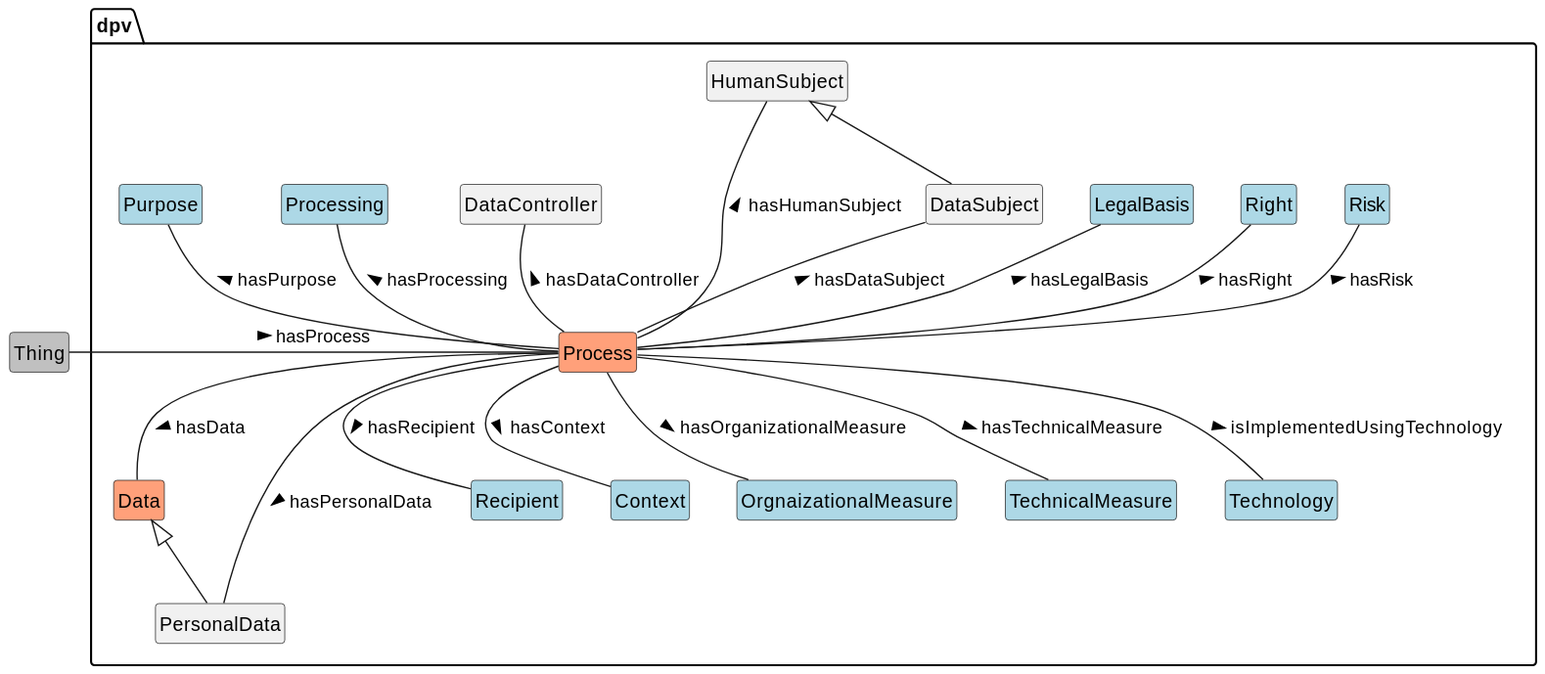
w3c/dpv keeps this PlantUML diagram as 2.2/diagrams/dpv_core.svg. Above is the earlier version. Source of this version:
```plantuml
@startuml
!include style.plantuml

class Thing #silver
Thing -r- dpv.Process : hasProcess >
package dpv {

	class Process #LightSalmon
	class Data #LightSalmon
	class PersonalData
	class Purpose #LightBlue
	class DataController
	class HumanSubject
	class DataSubject
	class Recipient #LightBlue
	class Context #LightBlue
	class Risk #LightBlue
	class OrgnaizationalMeasure #LightBlue
	class TechnicalMeasure #LightBlue
	class Right #LightBlue
	class LegalBasis #LightBlue
	class Processing #LightBlue
	class Technology #LightBlue

	PersonalData -u-|>Data
	DataSubject -u-|> HumanSubject

	Process -u- Purpose: hasPurpose >
	Process -u- Processing: hasProcessing >
	Process -u- DataController: hasDataController >
	Process -u- DataSubject: hasDataSubject >
	Process -u- HumanSubject: hasHumanSubject >
	Process -u- LegalBasis: hasLegalBasis >
	Process -u- Right: hasRight >
	Process -u- Risk: hasRisk >
	Process -- PersonalData : hasPersonalData >
	Process -- Data: hasData >
	Process -- Recipient: hasRecipient >
	Process -- TechnicalMeasure: hasTechnicalMeasure >
	Process -- OrgnaizationalMeasure: hasOrganizationalMeasure >
	Process -- Context: hasContext >
	Process -- Technology: isImplementedUsingTechnology >

	}



	@enduml
```
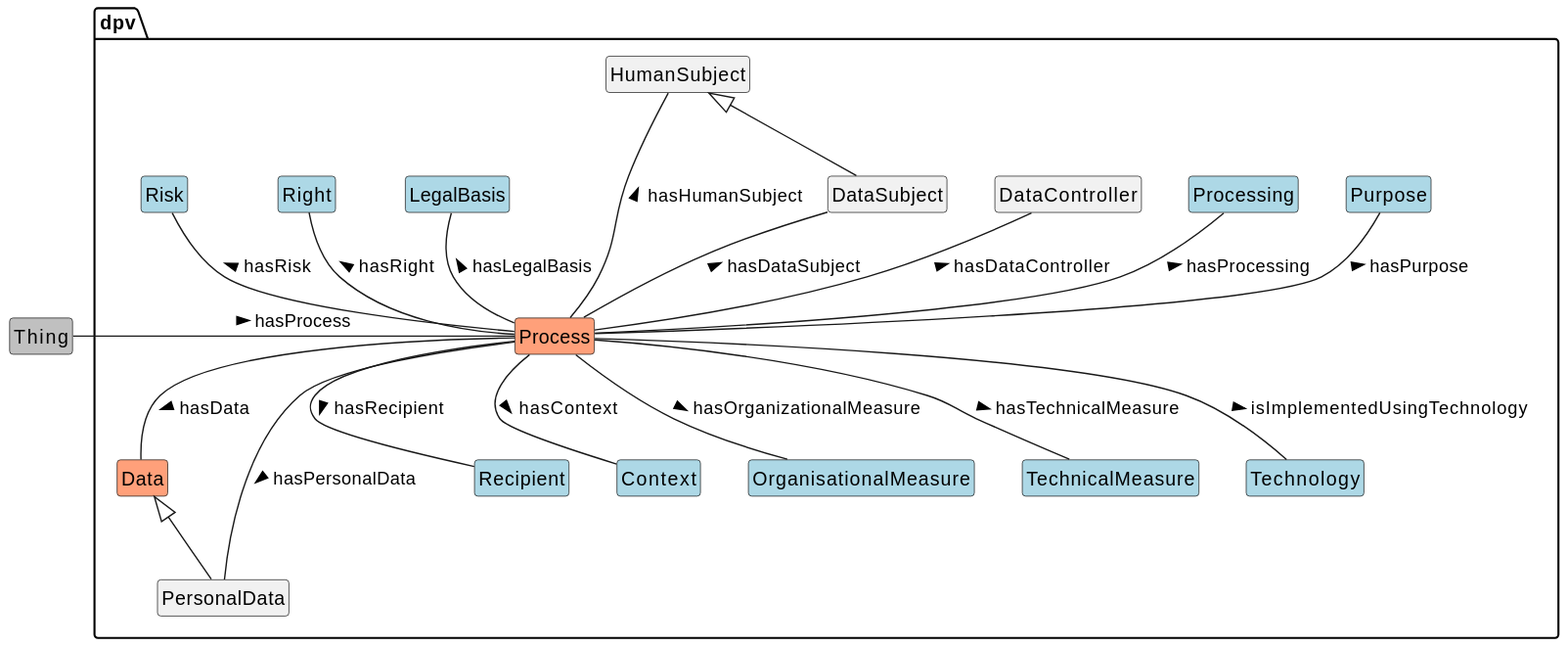
Later version of the same file.

Commit message:
Fix typos in dpv_core and legalentities diagrams

Diff of the diagram source:
```diff
@@ -15,7 +15,7 @@
 	class Recipient #LightBlue
 	class Context #LightBlue
 	class Risk #LightBlue
-	class OrgnaizationalMeasure #LightBlue
+	class OrganisationalMeasure #LightBlue
 	class TechnicalMeasure #LightBlue
 	class Right #LightBlue
 	class LegalBasis #LightBlue
@@ -37,12 +37,9 @@
 	Process -- Data: hasData >
 	Process -- Recipient: hasRecipient >
 	Process -- TechnicalMeasure: hasTechnicalMeasure >
-	Process -- OrgnaizationalMeasure: hasOrganizationalMeasure >
+	Process -- OrganisationalMeasure: hasOrganizationalMeasure >
 	Process -- Context: hasContext >
 	Process -- Technology: isImplementedUsingTechnology >
 
-	}
-
-
-
-	@enduml
+}
+@enduml
```
